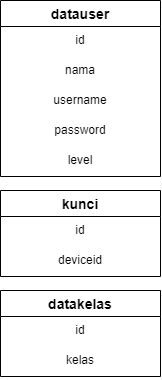
Earlier version of the draw.io export ERD.drawio.png (Dityaren/Diagram). Source tidied: cells renumbered, new cells last; positions are measured from the earlier drawing's top-left corner, leaving out a move shared by most shapes.
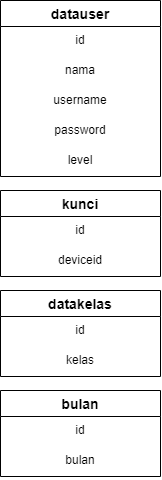
Later version of the same file.

What changed in the source:
```diff
@@ -38,5 +38,14 @@
     <mxCell id="13" value="kelas" style="text;strokeColor=none;fillColor=none;spacingLeft=4;spacingRight=4;overflow=hidden;fontSize=12;align=center;" parent="11" vertex="1">
       <mxGeometry y="56" width="160" height="30" as="geometry" />
     </mxCell>
+    <mxCell id="14" value="bulan" style="swimlane;fontStyle=1;horizontal=1;startSize=26;align=center;fontSize=14;" parent="1" vertex="1">
+      <mxGeometry y="390" width="160" height="86" as="geometry" />
+    </mxCell>
+    <mxCell id="15" value="id" style="text;strokeColor=none;fillColor=none;spacingLeft=4;spacingRight=4;overflow=hidden;fontSize=12;align=center;" parent="14" vertex="1">
+      <mxGeometry y="26" width="160" height="30" as="geometry" />
+    </mxCell>
+    <mxCell id="16" value="bulan" style="text;strokeColor=none;fillColor=none;spacingLeft=4;spacingRight=4;overflow=hidden;fontSize=12;align=center;" parent="14" vertex="1">
+      <mxGeometry y="56" width="160" height="30" as="geometry" />
+    </mxCell>
   </root>
 </mxGraphModel>
```
